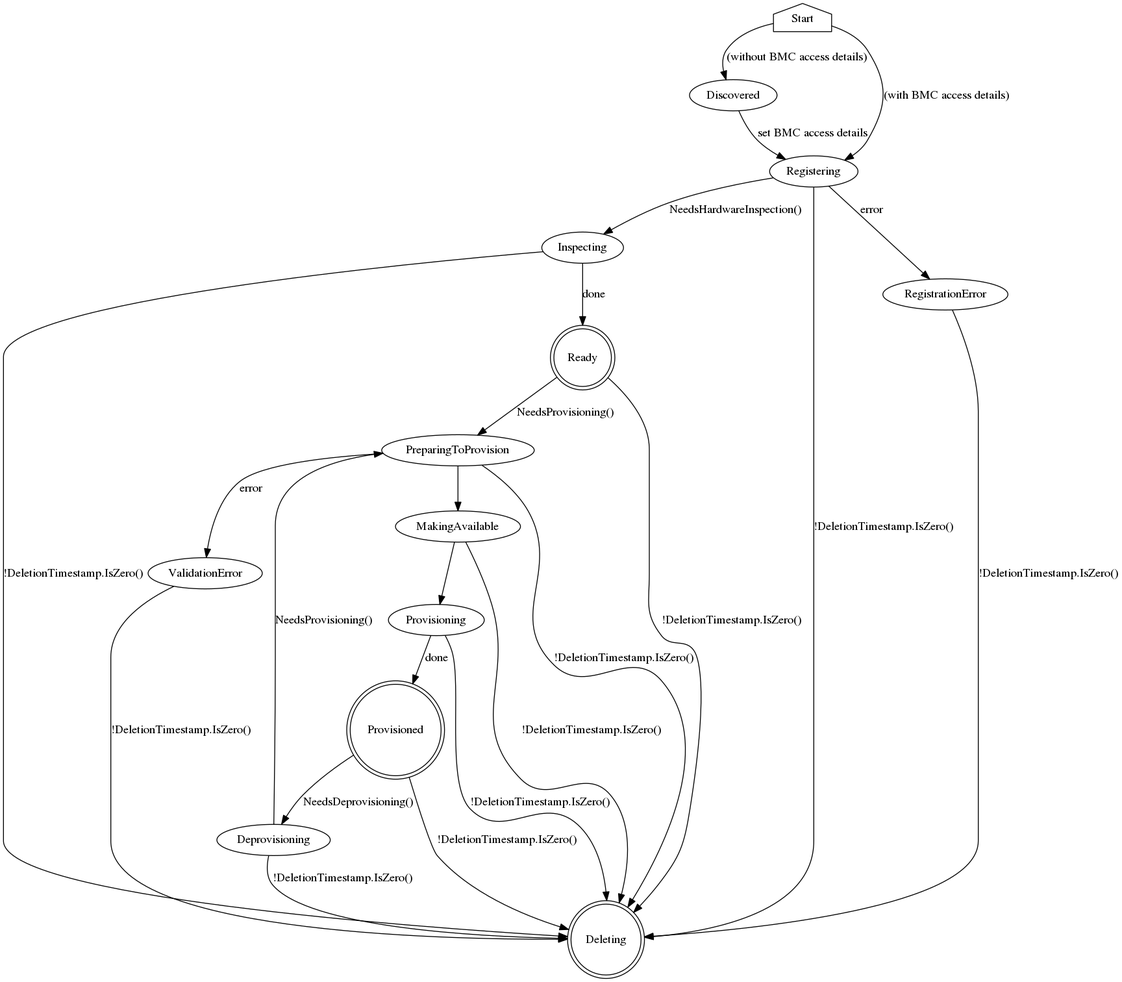
Above: docs/BaremetalHost_ProvisioningState.png in metal3-io/baremetal-operator (Graphviz), before the change. Its source is kept beside it as docs/BaremetalHost_ProvisioningState.dot.
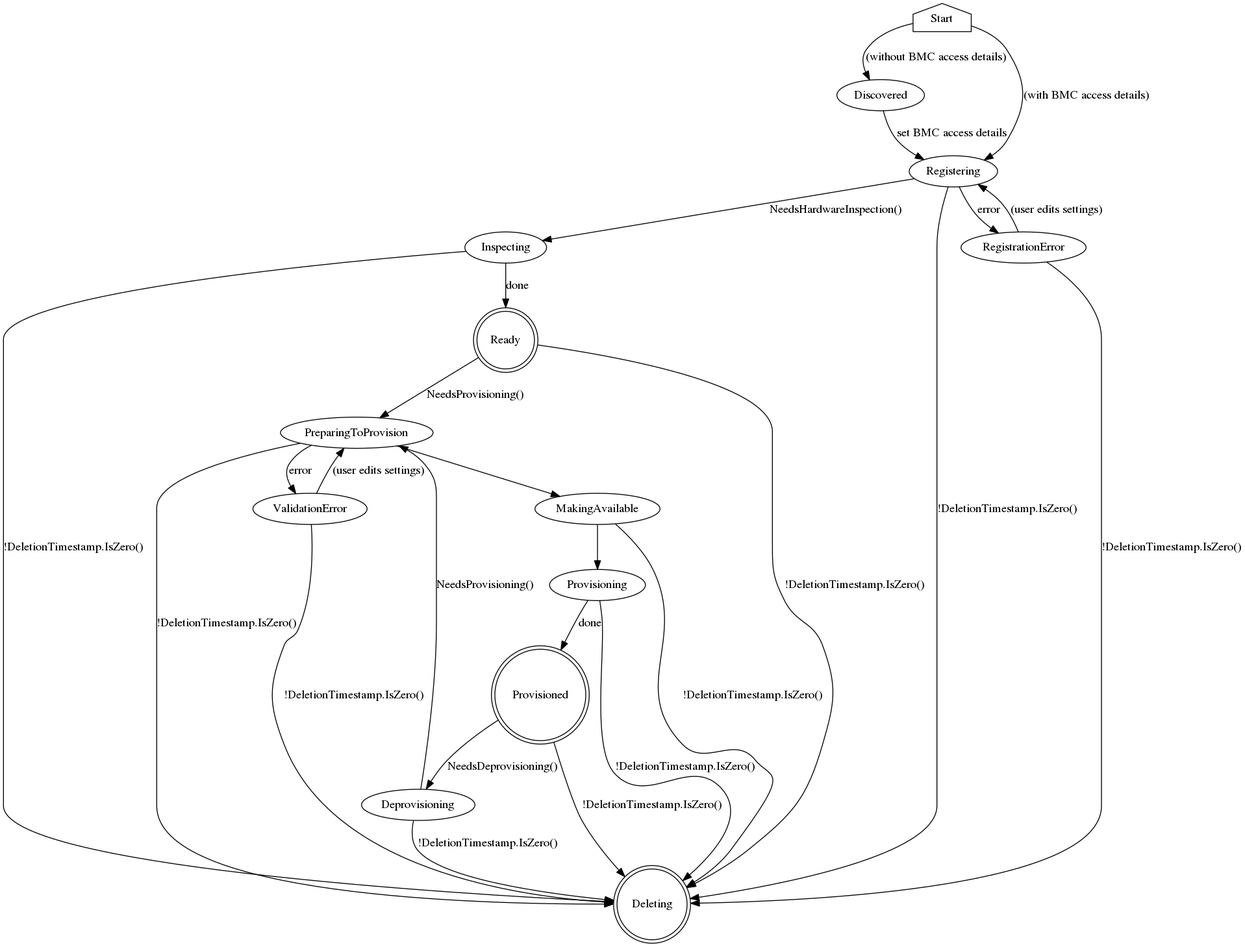
The same file after the commit.

Commit message:
add missing error handling transitions

Change to the diagram source:
```diff
@@ -13,6 +13,7 @@
     Inspecting -> Ready [label="done"]
 
     RegistrationError -> Deleting [label="!DeletionTimestamp.IsZero()"]
+    RegistrationError -> Registering [label="(user edits settings)"]
 
     Ready [shape=doublecircle]
     Ready -> Deleting [label="!DeletionTimestamp.IsZero()"]
@@ -23,6 +24,7 @@
     PreparingToProvision -> Deleting [label="!DeletionTimestamp.IsZero()"]
 
     ValidationError -> Deleting [label="!DeletionTimestamp.IsZero()"]
+    ValidationError -> PreparingToProvision [label="(user edits settings)"]
 
     MakingAvailable -> Provisioning
     MakingAvailable -> Deleting [label="!DeletionTimestamp.IsZero()"]
```
